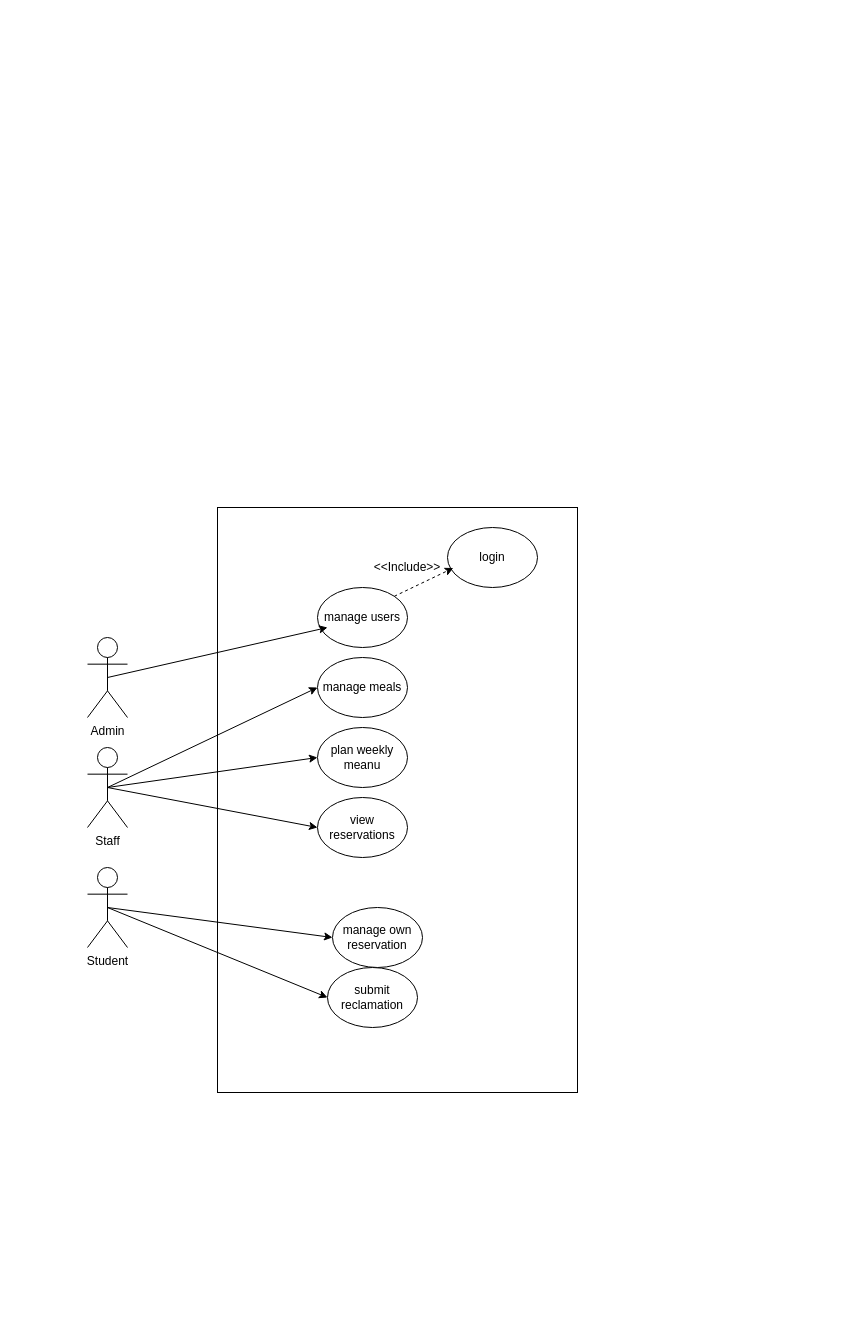
amineElgaini/school-restaurant keeps this draw.io diagram as schemas/use-case.drawio. Above is the earlier version. Source tidied: cells renumbered, new cells numbered last; positions are measured from the earlier drawing's top-left corner, leaving out a move shared by most shapes. Both pictures are drawn from the tidied source at 100%, with x=0, y=0 at pixel (87, 507).
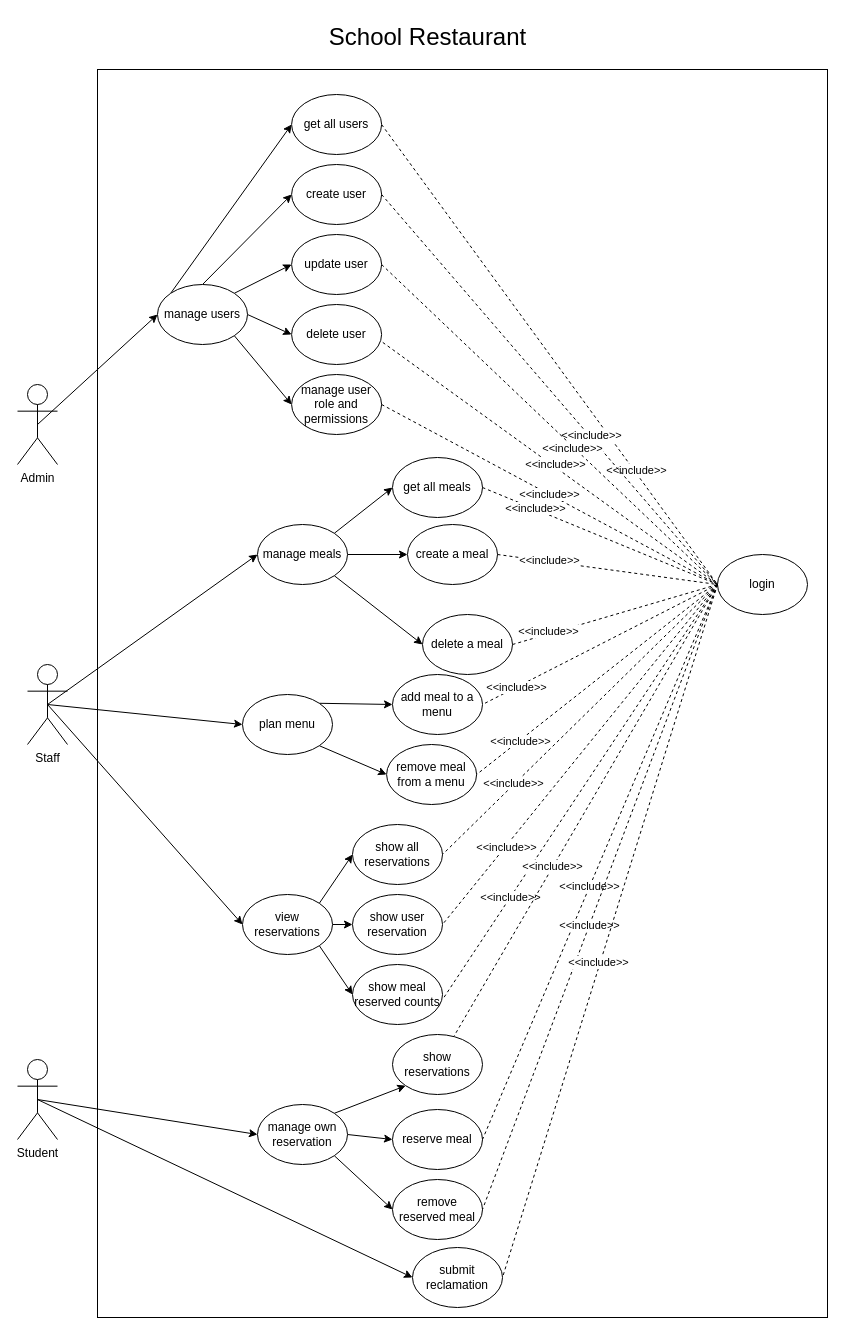
Above is the later version.

Change to the diagram source:
```diff
@@
     <mxCell id="2" value="Admin" style="shape=umlActor;verticalLabelPosition=bottom;verticalAlign=top;html=1;" parent="1" vertex="1">
-      <mxGeometry y="130" width="40" height="80" as="geometry" />
+      <mxGeometry x="-70" y="-123" width="40" height="80" as="geometry" />
     </mxCell>
     <mxCell id="3" style="html=1;whiteSpace=wrap;" parent="1" vertex="1">
-      <mxGeometry x="130" width="360" height="585" as="geometry" />
+      <mxGeometry x="10" y="-438" width="730" height="1248" as="geometry" />
     </mxCell>
+    <mxCell id="19" style="edgeStyle=none;html=1;exitX=0.5;exitY=0;exitDx=0;exitDy=0;entryX=0;entryY=0.5;entryDx=0;entryDy=0;" parent="1" edge="1" source="4" target="17">
+      <mxGeometry relative="1" as="geometry" />
+    </mxCell>
+    <mxCell id="21" style="edgeStyle=none;html=1;exitX=1;exitY=0;exitDx=0;exitDy=0;entryX=0;entryY=0.5;entryDx=0;entryDy=0;" parent="1" edge="1" source="4" target="36">
+      <mxGeometry relative="1" as="geometry" />
+    </mxCell>
+    <mxCell id="22" style="edgeStyle=none;html=1;exitX=1;exitY=0.5;exitDx=0;exitDy=0;entryX=0;entryY=0.5;entryDx=0;entryDy=0;" parent="1" edge="1" source="4" target="37">
+      <mxGeometry relative="1" as="geometry" />
+    </mxCell>
+    <mxCell id="23" style="edgeStyle=none;html=1;exitX=1;exitY=1;exitDx=0;exitDy=0;entryX=0;entryY=0.5;entryDx=0;entryDy=0;" parent="1" edge="1" source="4" target="38">
+      <mxGeometry relative="1" as="geometry" />
+    </mxCell>
+    <mxCell id="24" style="edgeStyle=none;html=1;exitX=0;exitY=0;exitDx=0;exitDy=0;entryX=0;entryY=0.5;entryDx=0;entryDy=0;" parent="1" edge="1" source="4" target="41">
+      <mxGeometry relative="1" as="geometry" />
+    </mxCell>
     <mxCell id="4" value="manage users" style="ellipse;html=1;whiteSpace=wrap;" parent="1" vertex="1">
-      <mxGeometry x="230" y="80" width="90" height="60" as="geometry" />
+      <mxGeometry x="70" y="-223" width="90" height="60" as="geometry" />
     </mxCell>
+    <mxCell id="25" style="edgeStyle=none;html=1;entryX=0;entryY=0.5;entryDx=0;entryDy=0;exitX=1;exitY=1;exitDx=0;exitDy=0;" parent="1" edge="1" source="5" target="47">
+      <mxGeometry relative="1" as="geometry" />
+    </mxCell>
+    <mxCell id="26" style="edgeStyle=none;html=1;exitX=1;exitY=0.5;exitDx=0;exitDy=0;entryX=0;entryY=0.5;entryDx=0;entryDy=0;" parent="1" edge="1" source="5" target="46">
+      <mxGeometry relative="1" as="geometry" />
+    </mxCell>
+    <mxCell id="27" style="edgeStyle=none;html=1;exitX=1;exitY=0;exitDx=0;exitDy=0;entryX=0;entryY=0.5;entryDx=0;entryDy=0;" parent="1" edge="1" source="5" target="45">
+      <mxGeometry relative="1" as="geometry" />
+    </mxCell>
     <mxCell id="5" value="manage meals" style="ellipse;html=1;whiteSpace=wrap;" parent="1" vertex="1">
-      <mxGeometry x="230" y="150" width="90" height="60" as="geometry" />
+      <mxGeometry x="170" y="17" width="90" height="60" as="geometry" />
     </mxCell>
+    <mxCell id="28" style="edgeStyle=none;html=1;exitX=1;exitY=0;exitDx=0;exitDy=0;entryX=0;entryY=0.5;entryDx=0;entryDy=0;" parent="1" edge="1" source="6" target="48">
+      <mxGeometry relative="1" as="geometry" />
+    </mxCell>
+    <mxCell id="29" style="edgeStyle=none;html=1;exitX=1;exitY=1;exitDx=0;exitDy=0;entryX=0;entryY=0.5;entryDx=0;entryDy=0;" parent="1" edge="1" source="6" target="49">
+      <mxGeometry relative="1" as="geometry" />
+    </mxCell>
-    <mxCell id="6" value="plan weekly meanu" style="ellipse;html=1;whiteSpace=wrap;" parent="1" vertex="1">
-      <mxGeometry x="230" y="220" width="90" height="60" as="geometry" />
+    <mxCell id="6" value="plan menu" style="ellipse;html=1;whiteSpace=wrap;" parent="1" vertex="1">
+      <mxGeometry x="155" y="187" width="90" height="60" as="geometry" />
     </mxCell>
+    <mxCell id="30" style="edgeStyle=none;html=1;exitX=1;exitY=0;exitDx=0;exitDy=0;entryX=0;entryY=0.5;entryDx=0;entryDy=0;" parent="1" edge="1" source="7" target="50">
+      <mxGeometry relative="1" as="geometry" />
+    </mxCell>
+    <mxCell id="31" style="edgeStyle=none;html=1;exitX=1;exitY=0.5;exitDx=0;exitDy=0;entryX=0;entryY=0.5;entryDx=0;entryDy=0;" parent="1" edge="1" source="7" target="51">
+      <mxGeometry relative="1" as="geometry" />
+    </mxCell>
+    <mxCell id="32" style="edgeStyle=none;html=1;exitX=1;exitY=1;exitDx=0;exitDy=0;entryX=0;entryY=0.5;entryDx=0;entryDy=0;" parent="1" edge="1" source="7" target="52">
+      <mxGeometry relative="1" as="geometry" />
+    </mxCell>
     <mxCell id="7" value="view reservations" style="ellipse;html=1;whiteSpace=wrap;" parent="1" vertex="1">
-      <mxGeometry x="230" y="290" width="90" height="60" as="geometry" />
+      <mxGeometry x="155" y="387" width="90" height="60" as="geometry" />
     </mxCell>
@@
     <mxCell id="10" value="Student" style="shape=umlActor;verticalLabelPosition=bottom;verticalAlign=top;html=1;" parent="1" vertex="1">
-      <mxGeometry y="360" width="40" height="80" as="geometry" />
+      <mxGeometry x="-70" y="552" width="40" height="80" as="geometry" />
     </mxCell>
@@
     <mxCell id="14" value="Staff" style="shape=umlActor;verticalLabelPosition=bottom;verticalAlign=top;html=1;" parent="1" vertex="1">
-      <mxGeometry y="240" width="40" height="80" as="geometry" />
+      <mxGeometry x="-60" y="157" width="40" height="80" as="geometry" />
     </mxCell>
+    <mxCell id="33" style="edgeStyle=none;html=1;exitX=1;exitY=1;exitDx=0;exitDy=0;entryX=0;entryY=0.5;entryDx=0;entryDy=0;" parent="1" edge="1" source="15" target="44">
+      <mxGeometry relative="1" as="geometry" />
+    </mxCell>
+    <mxCell id="34" style="edgeStyle=none;html=1;exitX=1;exitY=0.5;exitDx=0;exitDy=0;entryX=0;entryY=0.5;entryDx=0;entryDy=0;" parent="1" edge="1" source="15" target="43">
+      <mxGeometry relative="1" as="geometry" />
+    </mxCell>
+    <mxCell id="35" style="edgeStyle=none;html=1;exitX=1;exitY=0;exitDx=0;exitDy=0;entryX=0;entryY=1;entryDx=0;entryDy=0;" parent="1" edge="1" source="15" target="42">
+      <mxGeometry relative="1" as="geometry" />
+    </mxCell>
     <mxCell id="15" value="manage own reservation" style="ellipse;html=1;whiteSpace=wrap;" parent="1" vertex="1">
-      <mxGeometry x="245" y="400" width="90" height="60" as="geometry" />
+      <mxGeometry x="170" y="597" width="90" height="60" as="geometry" />
     </mxCell>
     <mxCell id="16" value="submit reclamation" style="ellipse;html=1;whiteSpace=wrap;" parent="1" vertex="1">
-      <mxGeometry x="240" y="460" width="90" height="60" as="geometry" />
+      <mxGeometry x="325" y="740" width="90" height="60" as="geometry" />
     </mxCell>
-    <mxCell id="17" value="login" style="ellipse;html=1;whiteSpace=wrap;" parent="1" vertex="1">
-      <mxGeometry x="360" y="20" width="90" height="60" as="geometry" />
+    <mxCell id="17" value="create user" style="ellipse;html=1;whiteSpace=wrap;" parent="1" vertex="1">
+      <mxGeometry x="204.1" y="-343" width="90" height="60" as="geometry" />
     </mxCell>
-    <mxCell id="18" style="edgeStyle=none;html=1;exitX=0.5;exitY=0.5;exitDx=0;exitDy=0;exitPerimeter=0;entryX=0;entryY=0.5;entryDx=0;entryDy=0;" parent="1" edge="1" source="2">
-      <mxGeometry relative="1" as="geometry">
-        <mxPoint x="240" y="120" as="targetPoint" />
-      </mxGeometry>
+    <mxCell id="18" style="edgeStyle=none;html=1;exitX=0.5;exitY=0.5;exitDx=0;exitDy=0;exitPerimeter=0;entryX=0;entryY=0.5;entryDx=0;entryDy=0;" parent="1" edge="1" source="2" target="4">
+      <mxGeometry relative="1" as="geometry" />
     </mxCell>
-    <mxCell id="19" style="edgeStyle=none;html=1;exitX=1;exitY=0;exitDx=0;exitDy=0;entryX=0.065;entryY=0.675;entryDx=0;entryDy=0;entryPerimeter=0;dashed=1;" parent="1" edge="1" source="4" target="17">
-      <mxGeometry relative="1" as="geometry" />
-    </mxCell>
-    <mxCell id="20" value="&amp;lt;&amp;lt;Include&amp;gt;&amp;gt;" style="text;html=1;align=center;verticalAlign=middle;whiteSpace=wrap;rounded=0;" parent="1" vertex="1">
-      <mxGeometry x="300" y="50" width="40" height="20" as="geometry" />
-    </mxCell>
+    <mxCell id="36" value="update user" style="ellipse;html=1;whiteSpace=wrap;" parent="1" vertex="1">
+      <mxGeometry x="204.1" y="-273" width="90" height="60" as="geometry" />
+    </mxCell>
+    <mxCell id="37" value="delete user" style="ellipse;html=1;whiteSpace=wrap;" parent="1" vertex="1">
+      <mxGeometry x="204.1" y="-203" width="90" height="60" as="geometry" />
+    </mxCell>
+    <mxCell id="38" value="manage user role and permissions" style="ellipse;html=1;whiteSpace=wrap;" parent="1" vertex="1">
+      <mxGeometry x="204.1" y="-133" width="90" height="60" as="geometry" />
+    </mxCell>
+    <mxCell id="39" style="edgeStyle=none;html=1;exitX=1;exitY=0.5;exitDx=0;exitDy=0;entryX=0;entryY=0.5;entryDx=0;entryDy=0;endArrow=none;endFill=0;dashed=1;" parent="1" edge="1" source="41" target="54">
+      <mxGeometry relative="1" as="geometry" />
+    </mxCell>
+    <mxCell id="40" value="&lt;span style=&quot;color: rgb(0, 0, 0);&quot;&gt;&amp;lt;&amp;lt;include&amp;gt;&amp;gt;&lt;/span&gt;" style="edgeLabel;html=1;align=center;verticalAlign=middle;" parent="39" vertex="1">
+      <mxGeometry x="0.51" y="1" relative="1" as="geometry">
+        <mxPoint y="-1" as="offset" />
+      </mxGeometry>
+    </mxCell>
+    <mxCell id="41" value="get all users" style="ellipse;html=1;whiteSpace=wrap;" parent="1" vertex="1">
+      <mxGeometry x="204.1" y="-413" width="90" height="60" as="geometry" />
+    </mxCell>
+    <mxCell id="42" value="show reservations" style="ellipse;html=1;whiteSpace=wrap;" parent="1" vertex="1">
+      <mxGeometry x="305" y="527" width="90" height="60" as="geometry" />
+    </mxCell>
+    <mxCell id="43" value="reserve meal" style="ellipse;html=1;whiteSpace=wrap;" parent="1" vertex="1">
+      <mxGeometry x="305" y="602" width="90" height="60" as="geometry" />
+    </mxCell>
+    <mxCell id="44" value="remove reserved meal" style="ellipse;html=1;whiteSpace=wrap;" parent="1" vertex="1">
+      <mxGeometry x="305" y="672" width="90" height="60" as="geometry" />
+    </mxCell>
+    <mxCell id="45" value="get all meals" style="ellipse;html=1;whiteSpace=wrap;" parent="1" vertex="1">
+      <mxGeometry x="305" y="-50" width="90" height="60" as="geometry" />
+    </mxCell>
+    <mxCell id="46" value="create a meal" style="ellipse;html=1;whiteSpace=wrap;" parent="1" vertex="1">
+      <mxGeometry x="320" y="17" width="90" height="60" as="geometry" />
+    </mxCell>
+    <mxCell id="47" value="delete a meal" style="ellipse;html=1;whiteSpace=wrap;" parent="1" vertex="1">
+      <mxGeometry x="335" y="107" width="90" height="60" as="geometry" />
+    </mxCell>
+    <mxCell id="48" value="add meal to a menu" style="ellipse;html=1;whiteSpace=wrap;" parent="1" vertex="1">
+      <mxGeometry x="305" y="167" width="90" height="60" as="geometry" />
+    </mxCell>
+    <mxCell id="49" value="remove meal from a menu" style="ellipse;html=1;whiteSpace=wrap;" parent="1" vertex="1">
+      <mxGeometry x="299.1" y="237" width="90" height="60" as="geometry" />
+    </mxCell>
+    <mxCell id="50" value="show all reservations" style="ellipse;html=1;whiteSpace=wrap;" parent="1" vertex="1">
+      <mxGeometry x="265" y="317" width="90" height="60" as="geometry" />
+    </mxCell>
+    <mxCell id="51" value="show user reservation" style="ellipse;html=1;whiteSpace=wrap;" parent="1" vertex="1">
+      <mxGeometry x="265" y="387" width="90" height="60" as="geometry" />
+    </mxCell>
+    <mxCell id="52" value="show meal reserved counts" style="ellipse;html=1;whiteSpace=wrap;" parent="1" vertex="1">
+      <mxGeometry x="265" y="457" width="90" height="60" as="geometry" />
+    </mxCell>
+    <mxCell id="53" value="&lt;font style=&quot;font-size: 24px;&quot;&gt;School Restaurant&lt;/font&gt;" style="text;html=1;align=center;verticalAlign=middle;strokeColor=none;fillColor=none;" parent="1" vertex="1">
+      <mxGeometry x="230" y="-490" width="220" height="40" as="geometry" />
+    </mxCell>
+    <mxCell id="54" value="login" style="ellipse;html=1;whiteSpace=wrap;" parent="1" vertex="1">
+      <mxGeometry x="630" y="47" width="90" height="60" as="geometry" />
+    </mxCell>
+    <mxCell id="55" style="edgeStyle=none;html=1;exitX=1;exitY=0.5;exitDx=0;exitDy=0;entryX=0;entryY=0.5;entryDx=0;entryDy=0;endArrow=none;endFill=0;dashed=1;" parent="1" edge="1" source="17" target="54">
+      <mxGeometry relative="1" as="geometry" />
+    </mxCell>
+    <mxCell id="56" value="&lt;span style=&quot;color: rgb(0, 0, 0);&quot;&gt;&amp;lt;&amp;lt;include&amp;gt;&amp;gt;&lt;/span&gt;" style="edgeLabel;html=1;align=center;verticalAlign=middle;" parent="55" vertex="1">
+      <mxGeometry x="0.24" y="2" relative="1" as="geometry" />
+    </mxCell>
+    <mxCell id="57" style="edgeStyle=none;html=1;exitX=1;exitY=0.5;exitDx=0;exitDy=0;entryX=0;entryY=0.5;entryDx=0;entryDy=0;endArrow=none;endFill=0;dashed=1;" parent="1" edge="1" source="36" target="54">
+      <mxGeometry relative="1" as="geometry" />
+    </mxCell>
+    <mxCell id="58" value="&lt;span style=&quot;color: rgb(0, 0, 0);&quot;&gt;&amp;lt;&amp;lt;include&amp;gt;&amp;gt;&lt;/span&gt;" style="edgeLabel;html=1;align=center;verticalAlign=middle;" parent="57" vertex="1">
+      <mxGeometry x="0.14" y="-2" relative="1" as="geometry">
+        <mxPoint x="1" as="offset" />
+      </mxGeometry>
+    </mxCell>
+    <mxCell id="59" style="edgeStyle=none;html=1;exitX=1.013;exitY=0.632;exitDx=0;exitDy=0;entryX=0;entryY=0.5;entryDx=0;entryDy=0;endArrow=none;endFill=0;dashed=1;exitPerimeter=0;" parent="1" edge="1" source="37" target="54">
+      <mxGeometry relative="1" as="geometry" />
+    </mxCell>
+    <mxCell id="60" value="&lt;span style=&quot;color: rgb(0, 0, 0);&quot;&gt;&amp;lt;&amp;lt;include&amp;gt;&amp;gt;&lt;/span&gt;" style="edgeLabel;html=1;align=center;verticalAlign=middle;" parent="59" vertex="1">
+      <mxGeometry x="0.02" y="2" relative="1" as="geometry" />
+    </mxCell>
+    <mxCell id="61" value="&lt;span style=&quot;color: rgb(0, 0, 0);&quot;&gt;&amp;lt;&amp;lt;include&amp;gt;&amp;gt;&lt;/span&gt;" style="edgeStyle=none;html=1;exitX=1;exitY=0.5;exitDx=0;exitDy=0;entryX=0;entryY=0.5;entryDx=0;entryDy=0;endArrow=none;endFill=0;dashed=1;" parent="1" edge="1" source="38" target="54">
+      <mxGeometry relative="1" as="geometry" />
+    </mxCell>
+    <mxCell id="62" style="edgeStyle=none;html=1;exitX=1;exitY=0.5;exitDx=0;exitDy=0;entryX=0;entryY=0.5;entryDx=0;entryDy=0;endArrow=none;endFill=0;dashed=1;" parent="1" edge="1" source="45" target="54">
+      <mxGeometry relative="1" as="geometry" />
+    </mxCell>
+    <mxCell id="63" value="&lt;span style=&quot;color: rgb(0, 0, 0);&quot;&gt;&amp;lt;&amp;lt;include&amp;gt;&amp;gt;&lt;/span&gt;" style="edgeLabel;html=1;align=center;verticalAlign=middle;" parent="62" vertex="1">
+      <mxGeometry x="-0.56" y="1" relative="1" as="geometry" />
+    </mxCell>
+    <mxCell id="64" style="edgeStyle=none;html=1;exitX=1;exitY=0.5;exitDx=0;exitDy=0;entryX=0;entryY=0.5;entryDx=0;entryDy=0;endArrow=none;endFill=0;dashed=1;" parent="1" edge="1" source="46" target="54">
+      <mxGeometry relative="1" as="geometry" />
+    </mxCell>
+    <mxCell id="65" value="&lt;span style=&quot;color: rgb(0, 0, 0);&quot;&gt;&amp;lt;&amp;lt;include&amp;gt;&amp;gt;&lt;/span&gt;" style="edgeLabel;html=1;align=center;verticalAlign=middle;" parent="64" vertex="1">
+      <mxGeometry x="-0.53" y="2" relative="1" as="geometry" />
+    </mxCell>
+    <mxCell id="66" style="edgeStyle=none;html=1;exitX=1;exitY=0.5;exitDx=0;exitDy=0;entryX=0;entryY=0.5;entryDx=0;entryDy=0;endArrow=none;endFill=0;dashed=1;" parent="1" edge="1" source="47" target="54">
+      <mxGeometry relative="1" as="geometry" />
+    </mxCell>
+    <mxCell id="67" value="&lt;span style=&quot;color: rgb(0, 0, 0);&quot;&gt;&amp;lt;&amp;lt;include&amp;gt;&amp;gt;&lt;/span&gt;" style="edgeLabel;html=1;align=center;verticalAlign=middle;" parent="66" vertex="1">
+      <mxGeometry x="-0.64" y="3" relative="1" as="geometry" />
+    </mxCell>
+    <mxCell id="68" style="edgeStyle=none;html=1;entryX=1;entryY=0.5;entryDx=0;entryDy=0;endArrow=none;endFill=0;dashed=1;exitX=0;exitY=0.5;exitDx=0;exitDy=0;" parent="1" edge="1" source="54" target="48">
+      <mxGeometry relative="1" as="geometry" />
+    </mxCell>
+    <mxCell id="69" value="&lt;span style=&quot;color: rgb(0, 0, 0);&quot;&gt;&amp;lt;&amp;lt;include&amp;gt;&amp;gt;&lt;/span&gt;" style="edgeLabel;html=1;align=center;verticalAlign=middle;" parent="68" vertex="1">
+      <mxGeometry x="0.71" relative="1" as="geometry" />
+    </mxCell>
+    <mxCell id="70" style="edgeStyle=none;html=1;entryX=1;entryY=0.5;entryDx=0;entryDy=0;endArrow=none;endFill=0;dashed=1;exitX=0;exitY=0.5;exitDx=0;exitDy=0;" parent="1" edge="1" source="54" target="49">
+      <mxGeometry relative="1" as="geometry" />
+    </mxCell>
+    <mxCell id="71" value="&lt;span style=&quot;color: rgb(0, 0, 0);&quot;&gt;&amp;lt;&amp;lt;include&amp;gt;&amp;gt;&lt;/span&gt;" style="edgeLabel;html=1;align=center;verticalAlign=middle;" parent="70" vertex="1">
+      <mxGeometry x="0.64" relative="1" as="geometry" />
+    </mxCell>
+    <mxCell id="72" style="edgeStyle=none;html=1;entryX=1;entryY=0.5;entryDx=0;entryDy=0;endArrow=none;endFill=0;dashed=1;exitX=0;exitY=0.5;exitDx=0;exitDy=0;" parent="1" edge="1" source="54" target="50">
+      <mxGeometry relative="1" as="geometry" />
+    </mxCell>
+    <mxCell id="73" value="&lt;span style=&quot;color: rgb(0, 0, 0);&quot;&gt;&amp;lt;&amp;lt;include&amp;gt;&amp;gt;&lt;/span&gt;" style="edgeLabel;html=1;align=center;verticalAlign=middle;" parent="72" vertex="1">
+      <mxGeometry x="0.48" y="-2" relative="1" as="geometry" />
+    </mxCell>
+    <mxCell id="74" style="edgeStyle=none;html=1;entryX=1;entryY=0.5;entryDx=0;entryDy=0;endArrow=none;endFill=0;dashed=1;exitX=0;exitY=0.5;exitDx=0;exitDy=0;" parent="1" edge="1" source="54" target="51">
+      <mxGeometry relative="1" as="geometry" />
+    </mxCell>
+    <mxCell id="75" value="&lt;span style=&quot;color: rgb(0, 0, 0);&quot;&gt;&amp;lt;&amp;lt;include&amp;gt;&amp;gt;&lt;/span&gt;" style="edgeLabel;html=1;align=center;verticalAlign=middle;" parent="74" vertex="1">
+      <mxGeometry x="0.54" y="1" relative="1" as="geometry" />
+    </mxCell>
+    <mxCell id="76" style="edgeStyle=none;html=1;entryX=1.011;entryY=0.56;entryDx=0;entryDy=0;endArrow=none;endFill=0;dashed=1;exitX=0;exitY=0.5;exitDx=0;exitDy=0;entryPerimeter=0;" parent="1" edge="1" source="54" target="52">
+      <mxGeometry relative="1" as="geometry" />
+    </mxCell>
+    <mxCell id="77" value="&lt;span style=&quot;color: rgb(0, 0, 0);&quot;&gt;&amp;lt;&amp;lt;include&amp;gt;&amp;gt;&lt;/span&gt;" style="edgeLabel;html=1;align=center;verticalAlign=middle;" parent="76" vertex="1">
+      <mxGeometry x="0.51" y="-1" relative="1" as="geometry" />
+    </mxCell>
+    <mxCell id="78" style="edgeStyle=none;html=1;endArrow=none;endFill=0;dashed=1;exitX=0;exitY=0.5;exitDx=0;exitDy=0;" parent="1" edge="1" source="54" target="42">
+      <mxGeometry relative="1" as="geometry" />
+    </mxCell>
+    <mxCell id="79" value="&lt;span style=&quot;color: rgb(0, 0, 0);&quot;&gt;&amp;lt;&amp;lt;include&amp;gt;&amp;gt;&lt;/span&gt;" style="edgeLabel;html=1;align=center;verticalAlign=middle;" parent="78" vertex="1">
+      <mxGeometry x="0.25" y="-1" relative="1" as="geometry" />
+    </mxCell>
+    <mxCell id="80" style="edgeStyle=none;html=1;endArrow=none;endFill=0;dashed=1;entryX=1;entryY=0.5;entryDx=0;entryDy=0;exitX=0;exitY=0.5;exitDx=0;exitDy=0;" parent="1" edge="1" source="54" target="43">
+      <mxGeometry relative="1" as="geometry" />
+    </mxCell>
+    <mxCell id="81" value="&lt;span style=&quot;color: rgb(0, 0, 0);&quot;&gt;&amp;lt;&amp;lt;include&amp;gt;&amp;gt;&lt;/span&gt;" style="edgeLabel;html=1;align=center;verticalAlign=middle;" parent="80" vertex="1">
+      <mxGeometry x="0.09" y="-1" relative="1" as="geometry" />
+    </mxCell>
+    <mxCell id="82" style="edgeStyle=none;html=1;endArrow=none;endFill=0;dashed=1;exitX=0;exitY=0.5;exitDx=0;exitDy=0;entryX=1;entryY=0.5;entryDx=0;entryDy=0;" parent="1" edge="1" source="54" target="44">
+      <mxGeometry relative="1" as="geometry" />
+    </mxCell>
+    <mxCell id="83" value="&lt;span style=&quot;color: rgb(0, 0, 0);&quot;&gt;&amp;lt;&amp;lt;include&amp;gt;&amp;gt;&lt;/span&gt;" style="edgeLabel;html=1;align=center;verticalAlign=middle;" parent="82" vertex="1">
+      <mxGeometry x="0.09" relative="1" as="geometry" />
+    </mxCell>
+    <mxCell id="84" style="edgeStyle=none;html=1;endArrow=none;endFill=0;dashed=1;exitX=0;exitY=0.5;exitDx=0;exitDy=0;entryX=1;entryY=0.5;entryDx=0;entryDy=0;" parent="1" edge="1" source="54" target="16">
+      <mxGeometry relative="1" as="geometry" />
+    </mxCell>
+    <mxCell id="85" value="&amp;lt;&amp;lt;include&amp;gt;&amp;gt;" style="edgeLabel;html=1;align=center;verticalAlign=middle;" parent="84" vertex="1">
+      <mxGeometry x="0.09" y="-3" relative="1" as="geometry">
+        <mxPoint y="1" as="offset" />
+      </mxGeometry>
+    </mxCell>
```
